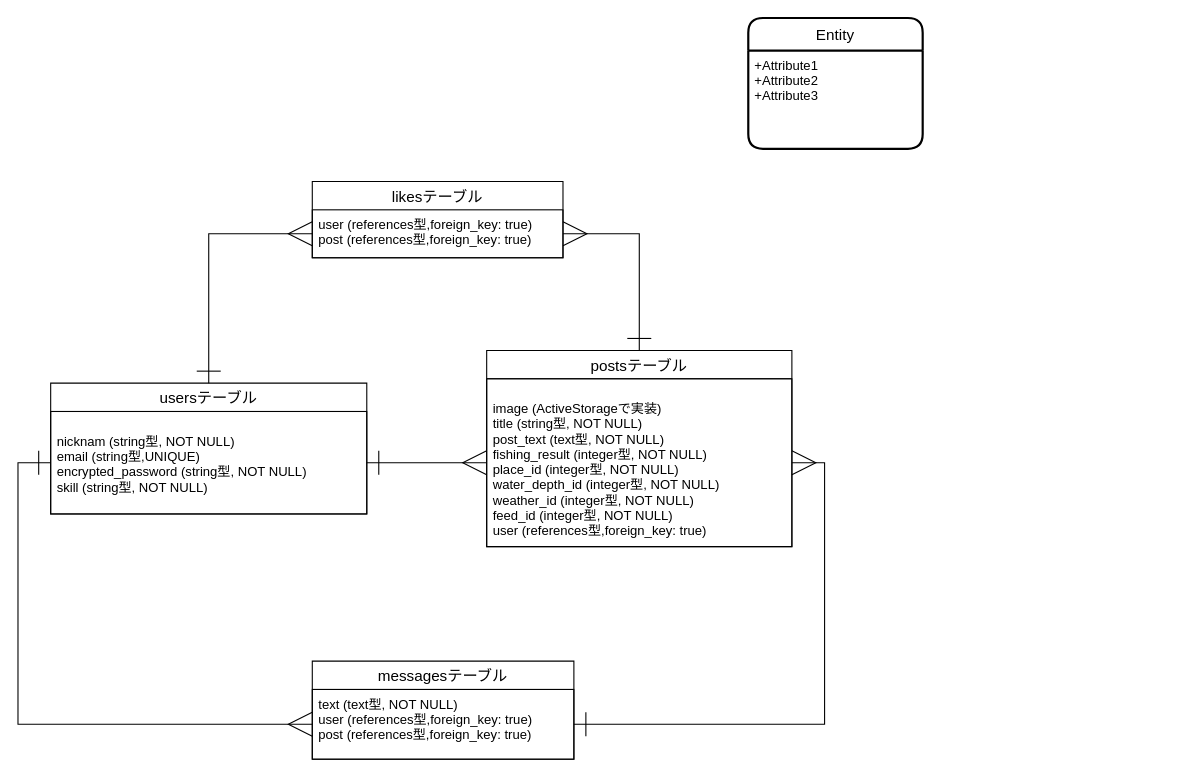
Before: wakasagi.dio in WatanabeSyoya/wakasagi-3136, a draw.io diagram. Source tidied: cells renumbered, new cells numbered last; positions are measured from the earlier drawing's top-left corner, leaving out a move shared by most shapes. Both pictures are drawn from the tidied source at 109%, with x=0, y=0 at pixel (50, 17).
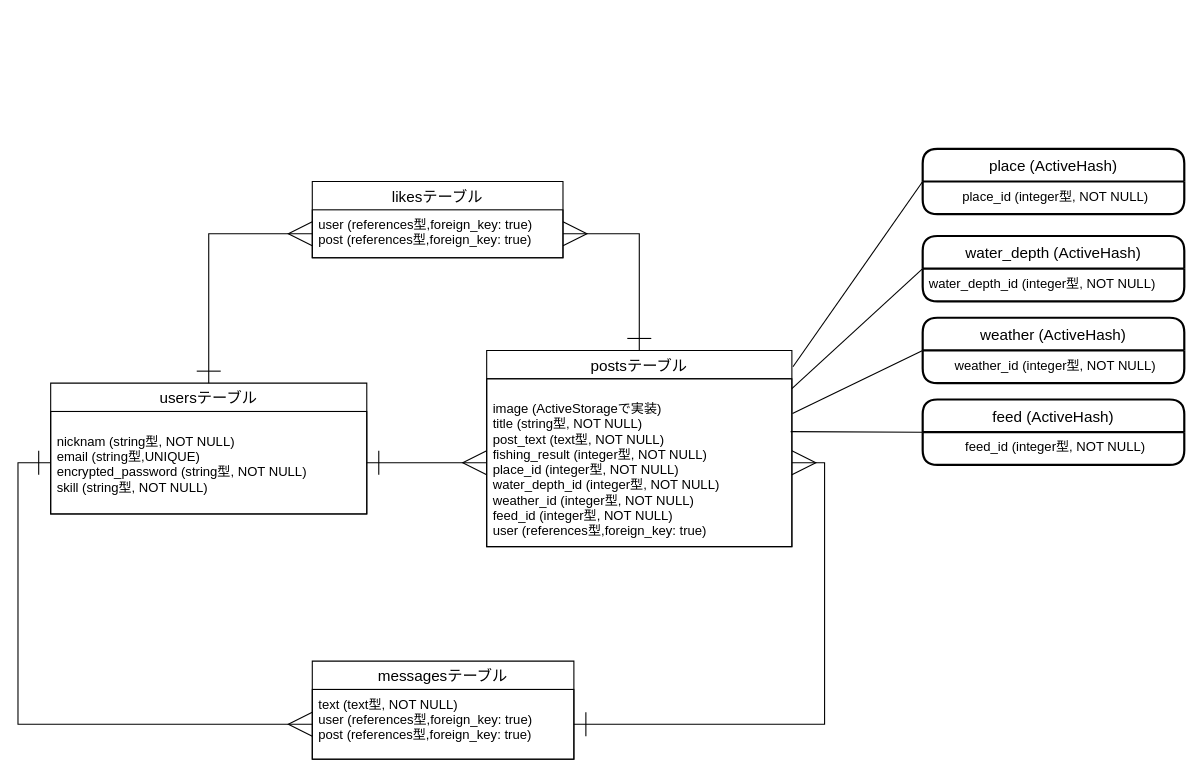
Above is the later version.

Unchanged cells that the change refers to:
```xml
<mxCell id="5" value="&#10;image (ActiveStorageで実装)&#10;title (string型, NOT NULL)&#10;post_text (text型, NOT NULL)&#10;fishing_result (integer型, NOT NULL)&#10;place_id (integer型, NOT NULL)&#10;water_depth_id (integer型, NOT NULL)&#10;weather_id (integer型, NOT NULL)&#10;feed_id (integer型, NOT NULL)&#10;user (references型,foreign_key: true)" style="text;fillColor=none;spacingLeft=4;spacingRight=4;overflow=hidden;points=[[0,0.5],[1,0.5]];portConstraint=eastwest;fontSize=12;strokeColor=#000000;fontColor=#000000;" parent="4" vertex="1">
  <mxGeometry y="26" width="280" height="154" as="geometry" />
</mxCell>
```

Change to the diagram source:
```diff
@@
-    <mxCell id="15" value="Entity" style="swimlane;horizontal=1;startSize=30;rounded=1;fontSize=14;fontStyle=0;strokeWidth=2;shadow=0;dashed=0;align=center;labelBackgroundColor=#ffffff;fillColor=none;strokeColor=#000000;fontColor=#000000;" parent="1" vertex="1">
-      <mxGeometry x="640" width="160" height="120" as="geometry" />
+    <mxCell id="15" value="place (ActiveHash)" style="swimlane;horizontal=1;startSize=30;rounded=1;fontSize=14;fontStyle=0;strokeWidth=2;shadow=0;dashed=0;align=center;labelBackgroundColor=#ffffff;fillColor=none;strokeColor=#000000;fontColor=#000000;" parent="1" vertex="1">
+      <mxGeometry x="800" y="120" width="240" height="60" as="geometry" />
     </mxCell>
-    <mxCell id="16" value="+Attribute1&#10;+Attribute2&#10;+Attribute3" style="align=left;strokeColor=none;fillColor=none;spacingLeft=4;fontSize=12;verticalAlign=top;fontColor=#000000;" parent="15" vertex="1">
-      <mxGeometry y="30" width="160" height="90" as="geometry" />
+    <mxCell id="16" value="place_id (integer型, NOT NULL)" style="align=center;strokeColor=none;fillColor=none;spacingLeft=4;fontSize=12;verticalAlign=top;fontColor=#000000;" parent="15" vertex="1">
+      <mxGeometry y="30" width="240" height="30" as="geometry" />
     </mxCell>
+    <mxCell id="17" style="rounded=0;jettySize=auto;html=1;exitX=0;exitY=0.5;exitDx=0;exitDy=0;strokeColor=#000000;fontColor=#000000;endArrow=none;endFill=0;" parent="1" edge="1" source="18">
+      <mxGeometry relative="1" as="geometry">
+        <mxPoint x="680" y="340" as="targetPoint" />
+      </mxGeometry>
+    </mxCell>
+    <mxCell id="18" value="water_depth (ActiveHash)" style="swimlane;horizontal=1;startSize=30;rounded=1;fontSize=14;fontStyle=0;strokeWidth=2;shadow=0;dashed=0;align=center;labelBackgroundColor=#ffffff;fillColor=none;strokeColor=#000000;fontColor=#000000;" parent="1" vertex="1">
+      <mxGeometry x="800" y="200" width="240" height="60" as="geometry" />
+    </mxCell>
+    <mxCell id="19" value="water_depth_id (integer型, NOT NULL)" style="align=left;strokeColor=none;fillColor=none;spacingLeft=4;fontSize=12;verticalAlign=top;fontColor=#000000;" parent="18" vertex="1">
+      <mxGeometry y="30" width="240" height="30" as="geometry" />
+    </mxCell>
+    <mxCell id="20" value="weather (ActiveHash)" style="swimlane;horizontal=1;startSize=30;rounded=1;fontSize=14;fontStyle=0;strokeWidth=2;shadow=0;dashed=0;align=center;labelBackgroundColor=#ffffff;fillColor=none;strokeColor=#000000;fontColor=#000000;" parent="1" vertex="1">
+      <mxGeometry x="800" y="275" width="240" height="60" as="geometry" />
+    </mxCell>
+    <mxCell id="21" value="weather_id (integer型, NOT NULL)" style="align=center;strokeColor=none;fillColor=none;spacingLeft=4;fontSize=12;verticalAlign=top;fontColor=#000000;" parent="20" vertex="1">
+      <mxGeometry y="30" width="240" height="30" as="geometry" />
+    </mxCell>
+    <mxCell id="22" style="rounded=0;jettySize=auto;html=1;exitX=0;exitY=0.5;exitDx=0;exitDy=0;entryX=0.996;entryY=0.315;entryDx=0;entryDy=0;entryPerimeter=0;strokeColor=#000000;fontColor=#000000;endArrow=none;endFill=0;" parent="1" edge="1" source="23" target="5">
+      <mxGeometry relative="1" as="geometry" />
+    </mxCell>
+    <mxCell id="23" value="feed (ActiveHash)" style="swimlane;horizontal=1;startSize=30;rounded=1;fontSize=14;fontStyle=0;strokeWidth=2;shadow=0;dashed=0;align=center;labelBackgroundColor=#ffffff;fillColor=none;strokeColor=#000000;fontColor=#000000;" parent="1" vertex="1">
+      <mxGeometry x="800" y="350" width="240" height="60" as="geometry" />
+    </mxCell>
+    <mxCell id="24" value="feed_id (integer型, NOT NULL)" style="align=center;strokeColor=none;fillColor=none;spacingLeft=4;fontSize=12;verticalAlign=top;fontColor=#000000;" parent="23" vertex="1">
+      <mxGeometry y="30" width="240" height="30" as="geometry" />
+    </mxCell>
+    <mxCell id="25" style="rounded=0;jettySize=auto;html=1;exitX=0;exitY=0;exitDx=0;exitDy=0;strokeColor=#000000;fontColor=#000000;endArrow=none;endFill=0;" parent="1" edge="1" source="16">
+      <mxGeometry relative="1" as="geometry">
+        <mxPoint x="681" y="320" as="targetPoint" />
+      </mxGeometry>
+    </mxCell>
+    <mxCell id="26" style="rounded=0;jettySize=auto;html=1;exitX=0;exitY=0;exitDx=0;exitDy=0;entryX=1.002;entryY=0.207;entryDx=0;entryDy=0;entryPerimeter=0;strokeColor=#000000;fontColor=#000000;endArrow=none;endFill=0;" parent="1" edge="1" source="21" target="5">
+      <mxGeometry relative="1" as="geometry" />
+    </mxCell>
```
